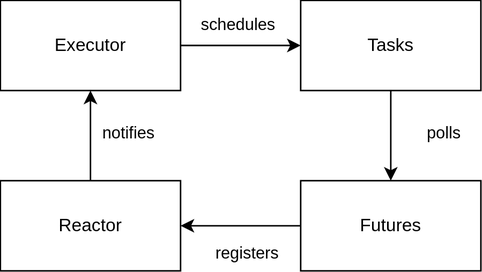
ferrous-systems/rust-training keeps this draw.io diagram as training-slides/src/images/async-building-blocks.drawio.svg. Above is the earlier version. Source tidied: cells renumbered, new cells last; positions are measured from the earlier drawing's top-left corner, leaving out a move shared by most shapes.
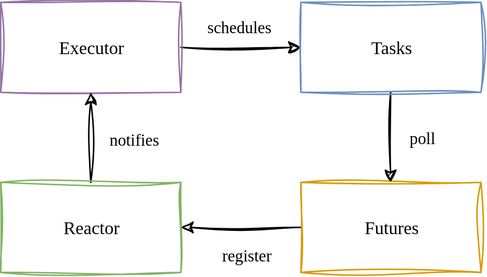
The same file after the commit.

Diff of the diagram source:
```diff
@@ -2,18 +2,18 @@
   <root>
     <mxCell id="0" />
     <mxCell id="1" parent="0" />
-    <mxCell id="2" style="edgeStyle=orthogonalEdgeStyle;rounded=0;jettySize=auto;html=1;entryX=0;entryY=0.5;entryDx=0;entryDy=0;" parent="1" edge="1" source="4" target="14">
+    <mxCell id="2" style="edgeStyle=orthogonalEdgeStyle;rounded=0;jettySize=auto;html=1;entryX=0;entryY=0.5;entryDx=0;entryDy=0;sketch=1;curveFitting=1;jiggle=2;" parent="1" edge="1" source="4" target="14">
       <mxGeometry relative="1" as="geometry" />
     </mxCell>
-    <mxCell id="3" value="schedules" style="edgeLabel;html=1;align=center;verticalAlign=middle;" parent="2" vertex="1">
+    <mxCell id="3" value="&lt;font face=&quot;Verdana&quot;&gt;schedules&lt;/font&gt;" style="edgeLabel;html=1;align=center;verticalAlign=middle;" parent="2" vertex="1">
       <mxGeometry x="-0.34" relative="1" as="geometry">
         <mxPoint x="11" y="-14" as="offset" />
       </mxGeometry>
     </mxCell>
-    <mxCell id="4" value="Executor" style="rounded=0;whiteSpace=wrap;html=1;" parent="1" vertex="1">
+    <mxCell id="4" value="&lt;font face=&quot;Verdana&quot;&gt;Executor&lt;/font&gt;" style="rounded=0;whiteSpace=wrap;html=1;fillStyle=zigzag-line;fillColor=none;strokeColor=#9673a6;sketch=1;curveFitting=1;jiggle=2;" parent="1" vertex="1">
       <mxGeometry width="120" height="60" as="geometry" />
     </mxCell>
-    <mxCell id="5" style="edgeStyle=orthogonalEdgeStyle;rounded=0;jettySize=auto;html=1;entryX=0.5;entryY=1;entryDx=0;entryDy=0;" parent="1" edge="1" source="8" target="4">
+    <mxCell id="5" style="edgeStyle=orthogonalEdgeStyle;rounded=0;jettySize=auto;html=1;entryX=0.5;entryY=1;entryDx=0;entryDy=0;sketch=1;curveFitting=1;jiggle=2;" parent="1" edge="1" source="8" target="4">
       <mxGeometry relative="1" as="geometry" />
     </mxCell>
     <mxCell id="6" value=" " style="edgeLabel;html=1;align=center;verticalAlign=middle;" parent="5" vertex="1">
@@ -21,34 +21,37 @@
         <mxPoint x="23" as="offset" />
       </mxGeometry>
     </mxCell>
-    <mxCell id="7" value="notifies" style="edgeLabel;html=1;align=center;verticalAlign=middle;" parent="5" vertex="1">
+    <mxCell id="7" value="&lt;font face=&quot;Verdana&quot;&gt;notifies&lt;/font&gt;" style="edgeLabel;html=1;align=center;verticalAlign=middle;" parent="5" vertex="1">
       <mxGeometry x="0.3" y="1" relative="1" as="geometry">
-        <mxPoint x="26" y="7" as="offset" />
+        <mxPoint x="29" y="10" as="offset" />
       </mxGeometry>
     </mxCell>
-    <mxCell id="8" value="Reactor" style="rounded=0;whiteSpace=wrap;html=1;" parent="1" vertex="1">
+    <mxCell id="8" value="&lt;font face=&quot;Verdana&quot;&gt;Reactor&lt;/font&gt;" style="rounded=0;whiteSpace=wrap;html=1;sketch=1;curveFitting=1;jiggle=2;fillColor=none;strokeColor=#82b366;" parent="1" vertex="1">
       <mxGeometry y="120" width="120" height="60" as="geometry" />
     </mxCell>
-    <mxCell id="9" style="edgeStyle=orthogonalEdgeStyle;rounded=0;jettySize=auto;html=1;entryX=1;entryY=0.5;entryDx=0;entryDy=0;" parent="1" edge="1" source="11" target="8">
+    <mxCell id="9" style="edgeStyle=orthogonalEdgeStyle;rounded=0;jettySize=auto;html=1;entryX=1;entryY=0.5;entryDx=0;entryDy=0;sketch=1;curveFitting=1;jiggle=2;" parent="1" edge="1" source="11" target="8">
       <mxGeometry relative="1" as="geometry" />
     </mxCell>
-    <mxCell id="10" value="registers" style="edgeLabel;html=1;align=center;verticalAlign=middle;" parent="9" vertex="1">
+    <mxCell id="10" value="&lt;font face=&quot;Verdana&quot;&gt;register&lt;/font&gt;" style="edgeLabel;html=1;align=center;verticalAlign=middle;" parent="9" vertex="1">
       <mxGeometry x="-0.21" y="2" relative="1" as="geometry">
         <mxPoint x="-5" y="16" as="offset" />
       </mxGeometry>
     </mxCell>
-    <mxCell id="11" value="Futures" style="rounded=0;whiteSpace=wrap;html=1;" parent="1" vertex="1">
+    <mxCell id="11" value="&lt;font face=&quot;Verdana&quot;&gt;Futures&lt;/font&gt;" style="rounded=0;whiteSpace=wrap;html=1;sketch=1;curveFitting=1;jiggle=2;fillColor=none;strokeColor=#d79b00;" parent="1" vertex="1">
       <mxGeometry x="200" y="120" width="120" height="60" as="geometry" />
     </mxCell>
-    <mxCell id="12" style="edgeStyle=orthogonalEdgeStyle;rounded=0;jettySize=auto;html=1;entryX=0.5;entryY=0;entryDx=0;entryDy=0;" parent="1" edge="1" source="14" target="11">
-      <mxGeometry relative="1" as="geometry" />
+    <mxCell id="12" style="edgeStyle=orthogonalEdgeStyle;rounded=0;orthogonalLoop=1;jettySize=auto;html=1;entryX=0.5;entryY=0;entryDx=0;entryDy=0;sketch=1;curveFitting=1;jiggle=2;" parent="1" edge="1">
+      <mxGeometry relative="1" as="geometry">
+        <mxPoint x="259.8" y="60" as="sourcePoint" />
+        <mxPoint x="259.8" y="120" as="targetPoint" />
+      </mxGeometry>
     </mxCell>
-    <mxCell id="13" value="polls" style="edgeLabel;html=1;align=center;verticalAlign=middle;" parent="12" vertex="1">
+    <mxCell id="13" value="&lt;font face=&quot;Verdana&quot;&gt;poll&lt;/font&gt;" style="edgeLabel;html=1;align=center;verticalAlign=middle;" parent="12" vertex="1">
       <mxGeometry x="-0.31" y="-3" relative="1" as="geometry">
-        <mxPoint x="38" y="7" as="offset" />
+        <mxPoint x="23" y="9" as="offset" />
       </mxGeometry>
     </mxCell>
-    <mxCell id="14" value="Tasks" style="rounded=0;whiteSpace=wrap;html=1;" parent="1" vertex="1">
+    <mxCell id="14" value="&lt;font face=&quot;Verdana&quot;&gt;Tasks&lt;/font&gt;" style="rounded=0;whiteSpace=wrap;html=1;sketch=1;curveFitting=1;jiggle=2;fillColor=none;strokeColor=#6c8ebf;" parent="1" vertex="1">
       <mxGeometry x="200" width="120" height="60" as="geometry" />
     </mxCell>
   </root>
```
